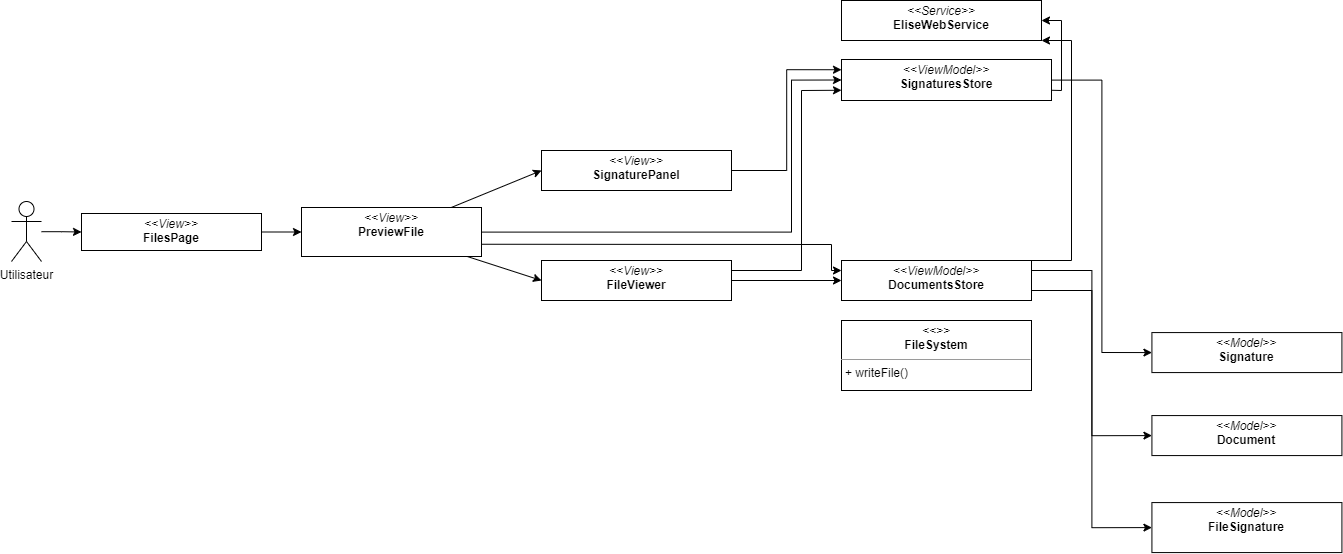
The draw.io diagram images_pfe/dca_sprint4.png in PFE-Neoledge-2023/rapport, before a commit. Source tidied: cells renumbered, new cells last; positions are measured from the earlier drawing's top-left corner, leaving out a move shared by most shapes.
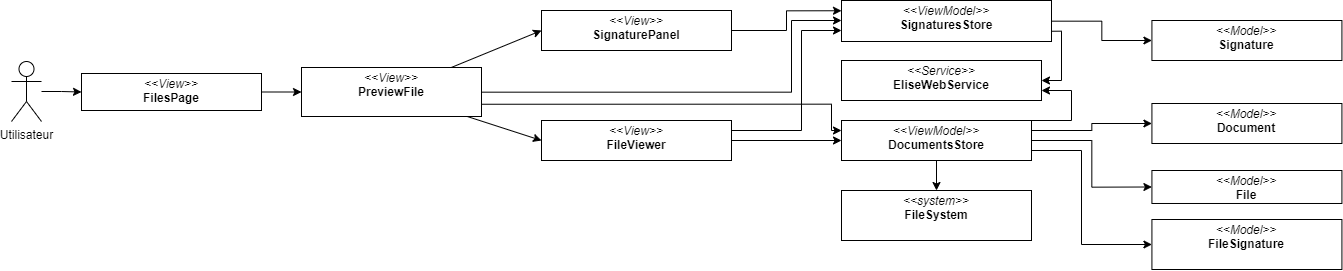
The same file after the commit.

Diff of the diagram source:
```diff
@@ -15,24 +15,35 @@
       <mxGeometry x="70" y="213" width="180" height="37" as="geometry" />
     </mxCell>
     <mxCell id="6" style="edgeStyle=orthogonalEdgeStyle;rounded=0;html=1;entryX=0;entryY=0.5;entryDx=0;entryDy=0;exitX=1;exitY=0.75;exitDx=0;exitDy=0;" parent="1" edge="1" source="9" target="21">
-      <mxGeometry relative="1" as="geometry" />
+      <mxGeometry relative="1" as="geometry">
+        <Array as="points">
+          <mxPoint x="1070" y="290" />
+          <mxPoint x="1070" y="384" />
+        </Array>
+      </mxGeometry>
     </mxCell>
     <mxCell id="7" style="edgeStyle=orthogonalEdgeStyle;rounded=0;html=1;entryX=0;entryY=0.5;entryDx=0;entryDy=0;exitX=1;exitY=0.25;exitDx=0;exitDy=0;" parent="1" edge="1" source="9" target="25">
       <mxGeometry relative="1" as="geometry" />
     </mxCell>
-    <mxCell id="8" style="edgeStyle=orthogonalEdgeStyle;rounded=0;html=1;exitX=1;exitY=0;exitDx=0;exitDy=0;entryX=1;entryY=1;entryDx=0;entryDy=0;" parent="1" edge="1" source="9" target="26">
+    <mxCell id="8" style="edgeStyle=orthogonalEdgeStyle;rounded=0;html=1;exitX=1;exitY=0;exitDx=0;exitDy=0;entryX=1;entryY=0.75;entryDx=0;entryDy=0;" parent="1" edge="1" source="9" target="26">
       <mxGeometry relative="1" as="geometry">
         <Array as="points">
           <mxPoint x="1060" y="260" />
-          <mxPoint x="1060" y="40" />
+          <mxPoint x="1060" y="230" />
         </Array>
       </mxGeometry>
     </mxCell>
+    <mxCell id="28" style="edgeStyle=orthogonalEdgeStyle;rounded=0;html=1;entryX=0.5;entryY=0;entryDx=0;entryDy=0;" parent="1" edge="1" source="9" target="27">
+      <mxGeometry relative="1" as="geometry" />
+    </mxCell>
+    <mxCell id="29" style="edgeStyle=orthogonalEdgeStyle;rounded=0;html=1;exitX=1;exitY=0.5;exitDx=0;exitDy=0;entryX=0;entryY=0.5;entryDx=0;entryDy=0;" parent="1" edge="1" source="9" target="30">
+      <mxGeometry relative="1" as="geometry" />
+    </mxCell>
     <mxCell id="9" value="&lt;p style=&quot;margin:0px;margin-top:4px;text-align:center;&quot;&gt;&lt;i&gt;&amp;lt;&amp;lt;ViewModel&amp;gt;&amp;gt;&lt;/i&gt;&lt;br&gt;&lt;b&gt;DocumentsStore&lt;/b&gt;&lt;/p&gt;&lt;div&gt;&lt;br&gt;&lt;/div&gt;" style="verticalAlign=top;align=left;overflow=fill;fontSize=12;fontFamily=Helvetica;html=1;whiteSpace=wrap;" parent="1" vertex="1">
       <mxGeometry x="830" y="260" width="190" height="40" as="geometry" />
     </mxCell>
     <mxCell id="10" value="&lt;p style=&quot;margin:0px;margin-top:4px;text-align:center;&quot;&gt;&lt;i&gt;&amp;lt;&amp;lt;Model&amp;gt;&amp;gt;&lt;/i&gt;&lt;br&gt;&lt;b&gt;Signature&lt;/b&gt;&lt;/p&gt;&lt;p style=&quot;margin:0px;margin-left:4px;&quot;&gt;&lt;br&gt;&lt;/p&gt;" style="verticalAlign=top;align=left;overflow=fill;fontSize=12;fontFamily=Helvetica;html=1;whiteSpace=wrap;" parent="1" vertex="1">
-      <mxGeometry x="1140.4" y="332.1" width="190" height="40" as="geometry" />
+      <mxGeometry x="1140.4" y="160" width="190" height="40" as="geometry" />
     </mxCell>
     <mxCell id="11" style="edgeStyle=none;html=1;entryX=0;entryY=0.5;entryDx=0;entryDy=0;" parent="1" edge="1" source="15" target="18">
       <mxGeometry relative="1" as="geometry" />
@@ -44,7 +55,8 @@
       <mxGeometry relative="1" as="geometry">
         <Array as="points">
           <mxPoint x="780" y="232" />
-          <mxPoint x="780" y="80" />
+          <mxPoint x="780" y="160" />
+          <mxPoint x="830" y="160" />
         </Array>
       </mxGeometry>
     </mxCell>
@@ -66,7 +78,8 @@
       <mxGeometry relative="1" as="geometry">
         <Array as="points">
           <mxPoint x="790" y="270" />
-          <mxPoint x="790" y="90" />
+          <mxPoint x="790" y="170" />
+          <mxPoint x="830" y="170" />
         </Array>
       </mxGeometry>
     </mxCell>
@@ -80,7 +93,7 @@
       <mxGeometry x="530" y="150" width="190" height="40" as="geometry" />
     </mxCell>
     <mxCell id="21" value="&lt;p style=&quot;margin:0px;margin-top:4px;text-align:center;&quot;&gt;&lt;i&gt;&amp;lt;&amp;lt;Model&amp;gt;&amp;gt;&lt;/i&gt;&lt;br&gt;&lt;b&gt;FileSignature&lt;/b&gt;&lt;/p&gt;" style="verticalAlign=top;align=left;overflow=fill;fontSize=12;fontFamily=Helvetica;html=1;whiteSpace=wrap;" parent="1" vertex="1">
-      <mxGeometry x="1140.4" y="502.1" width="190" height="50" as="geometry" />
+      <mxGeometry x="1140.4" y="359" width="190" height="50" as="geometry" />
     </mxCell>
     <mxCell id="22" style="edgeStyle=orthogonalEdgeStyle;html=1;entryX=0;entryY=0.5;entryDx=0;entryDy=0;rounded=0;" parent="1" edge="1" source="24" target="10">
       <mxGeometry relative="1" as="geometry" />
@@ -89,16 +102,19 @@
       <mxGeometry relative="1" as="geometry" />
     </mxCell>
     <mxCell id="24" value="&lt;p style=&quot;margin:0px;margin-top:4px;text-align:center;&quot;&gt;&lt;i&gt;&amp;lt;&amp;lt;ViewModel&amp;gt;&amp;gt;&lt;/i&gt;&lt;br&gt;&lt;b&gt;SignaturesStore&lt;/b&gt;&lt;/p&gt;&lt;p style=&quot;margin:0px;margin-left:4px;&quot;&gt;&lt;br&gt;&lt;/p&gt;" style="verticalAlign=top;align=left;overflow=fill;fontSize=12;fontFamily=Helvetica;html=1;whiteSpace=wrap;" parent="1" vertex="1">
-      <mxGeometry x="830" y="59" width="210" height="41" as="geometry" />
+      <mxGeometry x="830" y="140" width="210" height="41" as="geometry" />
     </mxCell>
     <mxCell id="25" value="&lt;p style=&quot;margin:0px;margin-top:4px;text-align:center;&quot;&gt;&lt;i&gt;&amp;lt;&amp;lt;Model&amp;gt;&amp;gt;&lt;/i&gt;&lt;br&gt;&lt;b&gt;Document&lt;/b&gt;&lt;/p&gt;&lt;p style=&quot;margin: 0px 0px 0px 4px;&quot;&gt;&lt;br&gt;&lt;/p&gt;" style="verticalAlign=top;align=left;overflow=fill;fontSize=12;fontFamily=Helvetica;html=1;whiteSpace=wrap;" parent="1" vertex="1">
-      <mxGeometry x="1140.4" y="415.1" width="190" height="40" as="geometry" />
+      <mxGeometry x="1140.4" y="243" width="190" height="40" as="geometry" />
     </mxCell>
     <mxCell id="26" value="&lt;p style=&quot;margin:0px;margin-top:4px;text-align:center;&quot;&gt;&lt;i&gt;&amp;lt;&amp;lt;Service&amp;gt;&amp;gt;&lt;/i&gt;&lt;br&gt;&lt;b&gt;EliseWebService&lt;/b&gt;&lt;/p&gt;&lt;p style=&quot;margin:0px;margin-left:4px;&quot;&gt;&lt;br&gt;&lt;/p&gt;" style="verticalAlign=top;align=left;overflow=fill;fontSize=12;fontFamily=Helvetica;html=1;whiteSpace=wrap;" parent="1" vertex="1">
-      <mxGeometry x="830" width="200" height="40" as="geometry" />
+      <mxGeometry x="830" y="200" width="200" height="40" as="geometry" />
     </mxCell>
-    <mxCell id="27" value="&lt;p style=&quot;margin:0px;margin-top:4px;text-align:center;&quot;&gt;&lt;i&gt;&amp;lt;&amp;lt;&amp;gt;&amp;gt;&lt;/i&gt;&lt;br&gt;&lt;b&gt;FileSystem&lt;/b&gt;&lt;/p&gt;&lt;hr size=&quot;1&quot;&gt;&lt;p style=&quot;margin:0px;margin-left:4px;&quot;&gt;&lt;span style=&quot;background-color: initial;&quot;&gt;+ writeFile()&lt;/span&gt;&lt;/p&gt;" style="verticalAlign=top;align=left;overflow=fill;fontSize=12;fontFamily=Helvetica;html=1;whiteSpace=wrap;" parent="1" vertex="1">
-      <mxGeometry x="830" y="320" width="190" height="70" as="geometry" />
+    <mxCell id="27" value="&lt;p style=&quot;margin:0px;margin-top:4px;text-align:center;&quot;&gt;&lt;i&gt;&amp;lt;&amp;lt;system&amp;gt;&amp;gt;&lt;/i&gt;&lt;br&gt;&lt;b&gt;FileSystem&lt;/b&gt;&lt;/p&gt;&lt;p style=&quot;margin:0px;margin-left:4px;&quot;&gt;&lt;br&gt;&lt;/p&gt;" style="verticalAlign=top;align=left;overflow=fill;fontSize=12;fontFamily=Helvetica;html=1;whiteSpace=wrap;" parent="1" vertex="1">
+      <mxGeometry x="830" y="330" width="190" height="50" as="geometry" />
     </mxCell>
+    <mxCell id="30" value="&lt;p style=&quot;margin:0px;margin-top:4px;text-align:center;&quot;&gt;&lt;i&gt;&amp;lt;&amp;lt;Model&amp;gt;&amp;gt;&lt;/i&gt;&lt;br&gt;&lt;b&gt;File&lt;/b&gt;&lt;/p&gt;&lt;p style=&quot;margin:0px;margin-left:4px;&quot;&gt;&lt;br&gt;&lt;/p&gt;" style="verticalAlign=top;align=left;overflow=fill;fontSize=12;fontFamily=Helvetica;html=1;whiteSpace=wrap;" parent="1" vertex="1">
+      <mxGeometry x="1140.4" y="310" width="190" height="33" as="geometry" />
+    </mxCell>
   </root>
 </mxGraphModel>
```
